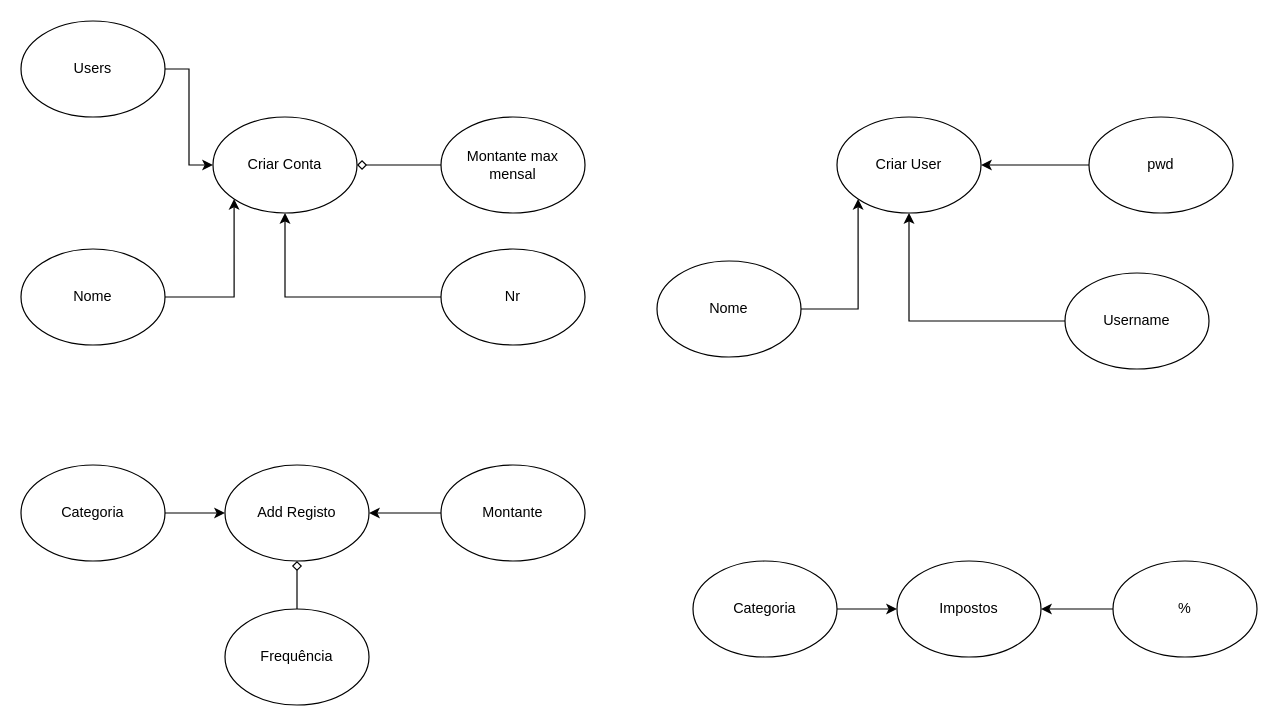
Earlier version of the draw.io diagram page "Diagrama de Casos de Uso" (2 of 2) of ESficha4-2025.drawio (SrKile/ESficha4-2025). Source tidied: cells renumbered, new cells numbered last; positions are measured from the earlier drawing's top-left corner, leaving out a move shared by most shapes. Both pictures are drawn from the tidied source at 120%, with x=0, y=0 at pixel (20, 20).
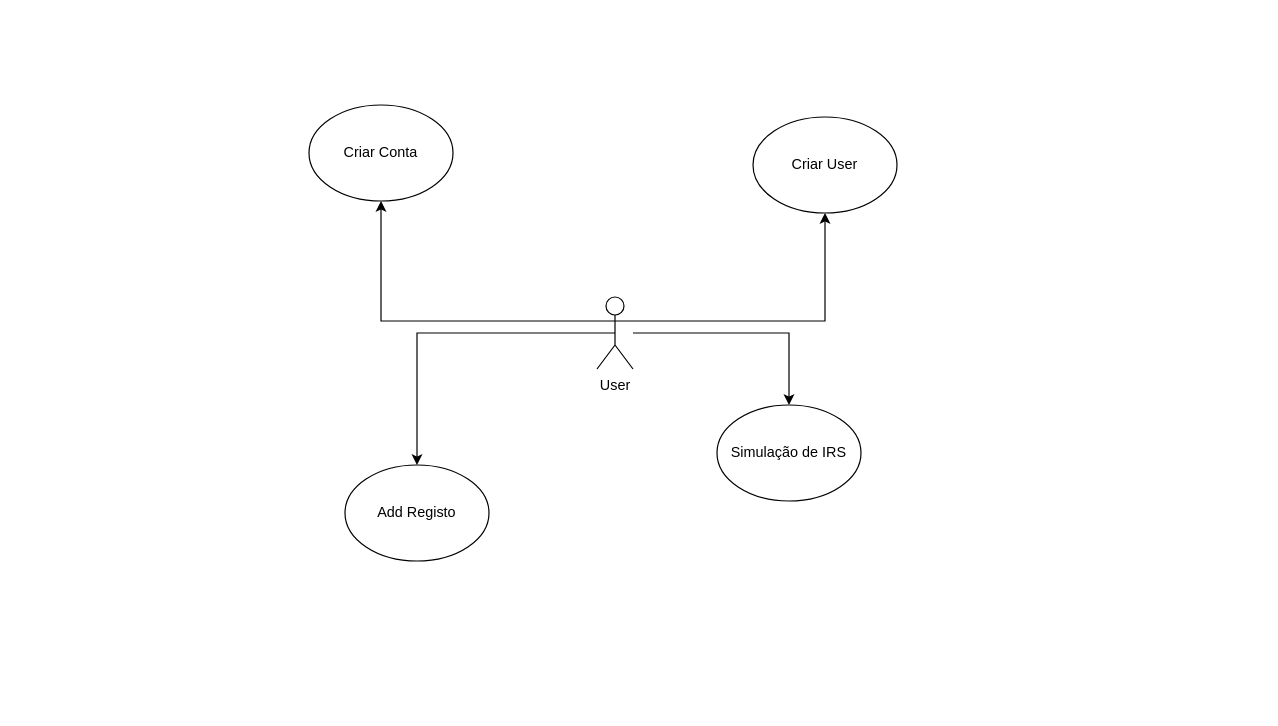
Above is the later version.

Diff of the diagram source:
```diff
@@
     <mxCell id="2" value="Criar Conta" style="ellipse;whiteSpace=wrap;html=1;" parent="1" vertex="1">
-      <mxGeometry x="160" y="80" width="120" height="80" as="geometry" />
+      <mxGeometry x="240" y="70" width="120" height="80" as="geometry" />
     </mxCell>
-    <mxCell id="3" style="edgeStyle=orthogonalEdgeStyle;rounded=0;jettySize=auto;html=1;entryX=0;entryY=1;entryDx=0;entryDy=0;" parent="1" edge="1" source="4" target="2">
-      <mxGeometry relative="1" as="geometry" />
-    </mxCell>
-    <mxCell id="4" value="Nome" style="ellipse;whiteSpace=wrap;html=1;" parent="1" vertex="1">
-      <mxGeometry y="190" width="120" height="80" as="geometry" />
-    </mxCell>
-    <mxCell id="5" style="edgeStyle=orthogonalEdgeStyle;rounded=0;jettySize=auto;html=1;" parent="1" edge="1" source="6" target="2">
-      <mxGeometry relative="1" as="geometry" />
-    </mxCell>
-    <mxCell id="6" value="Nr" style="ellipse;whiteSpace=wrap;html=1;" parent="1" vertex="1">
-      <mxGeometry x="350" y="190" width="120" height="80" as="geometry" />
-    </mxCell>
-    <mxCell id="7" style="edgeStyle=orthogonalEdgeStyle;rounded=0;jettySize=auto;html=1;endArrow=diamond;endFill=0;" parent="1" edge="1" source="8" target="2">
-      <mxGeometry relative="1" as="geometry" />
-    </mxCell>
-    <mxCell id="8" value="Montante max mensal" style="ellipse;whiteSpace=wrap;html=1;" parent="1" vertex="1">
-      <mxGeometry x="350" y="80" width="120" height="80" as="geometry" />
-    </mxCell>
     <mxCell id="9" value="Add Registo" style="ellipse;whiteSpace=wrap;html=1;" parent="1" vertex="1">
-      <mxGeometry x="170" y="370" width="120" height="80" as="geometry" />
+      <mxGeometry x="270" y="370" width="120" height="80" as="geometry" />
     </mxCell>
-    <mxCell id="10" style="edgeStyle=orthogonalEdgeStyle;rounded=0;jettySize=auto;html=1;" parent="1" edge="1" source="11" target="9">
-      <mxGeometry relative="1" as="geometry" />
-    </mxCell>
-    <mxCell id="11" value="Montante" style="ellipse;whiteSpace=wrap;html=1;" parent="1" vertex="1">
-      <mxGeometry x="350" y="370" width="120" height="80" as="geometry" />
-    </mxCell>
-    <mxCell id="12" style="edgeStyle=orthogonalEdgeStyle;rounded=0;jettySize=auto;html=1;" parent="1" edge="1" source="13" target="9">
-      <mxGeometry relative="1" as="geometry" />
-    </mxCell>
-    <mxCell id="13" value="Categoria" style="ellipse;whiteSpace=wrap;html=1;" parent="1" vertex="1">
-      <mxGeometry y="370" width="120" height="80" as="geometry" />
-    </mxCell>
-    <mxCell id="14" style="edgeStyle=orthogonalEdgeStyle;rounded=0;jettySize=auto;html=1;entryX=0.5;entryY=1;entryDx=0;entryDy=0;endArrow=diamond;endFill=0;" parent="1" edge="1" source="15" target="9">
-      <mxGeometry relative="1" as="geometry" />
-    </mxCell>
-    <mxCell id="15" value="Frequência" style="ellipse;whiteSpace=wrap;html=1;" parent="1" vertex="1">
-      <mxGeometry x="170" y="490" width="120" height="80" as="geometry" />
-    </mxCell>
     <mxCell id="16" value="Criar User" style="ellipse;whiteSpace=wrap;html=1;" parent="1" vertex="1">
-      <mxGeometry x="680" y="80" width="120" height="80" as="geometry" />
+      <mxGeometry x="610" y="80" width="120" height="80" as="geometry" />
     </mxCell>
-    <mxCell id="17" style="edgeStyle=orthogonalEdgeStyle;rounded=0;jettySize=auto;html=1;entryX=0;entryY=1;entryDx=0;entryDy=0;" parent="1" edge="1" source="18" target="16">
-      <mxGeometry relative="1" as="geometry" />
-    </mxCell>
-    <mxCell id="18" value="Nome" style="ellipse;whiteSpace=wrap;html=1;" parent="1" vertex="1">
-      <mxGeometry x="530" y="200" width="120" height="80" as="geometry" />
-    </mxCell>
-    <mxCell id="19" style="edgeStyle=orthogonalEdgeStyle;rounded=0;jettySize=auto;html=1;" parent="1" edge="1" source="20" target="16">
-      <mxGeometry relative="1" as="geometry" />
-    </mxCell>
-    <mxCell id="20" value="Username" style="ellipse;whiteSpace=wrap;html=1;" parent="1" vertex="1">
-      <mxGeometry x="870" y="210" width="120" height="80" as="geometry" />
-    </mxCell>
-    <mxCell id="21" style="edgeStyle=orthogonalEdgeStyle;rounded=0;jettySize=auto;html=1;" parent="1" edge="1" source="22" target="16">
-      <mxGeometry relative="1" as="geometry" />
-    </mxCell>
-    <mxCell id="22" value="pwd" style="ellipse;whiteSpace=wrap;html=1;" parent="1" vertex="1">
-      <mxGeometry x="890" y="80" width="120" height="80" as="geometry" />
-    </mxCell>
-    <mxCell id="23" style="edgeStyle=orthogonalEdgeStyle;rounded=0;jettySize=auto;html=1;" parent="1" edge="1" source="24" target="2">
-      <mxGeometry relative="1" as="geometry" />
-    </mxCell>
-    <mxCell id="24" value="Users" style="ellipse;whiteSpace=wrap;html=1;" parent="1" vertex="1">
-      <mxGeometry width="120" height="80" as="geometry" />
-    </mxCell>
-    <mxCell id="25" value="Impostos" style="ellipse;whiteSpace=wrap;html=1;" parent="1" vertex="1">
-      <mxGeometry x="730" y="450" width="120" height="80" as="geometry" />
+    <mxCell id="25" value="Simulação de IRS" style="ellipse;whiteSpace=wrap;html=1;" parent="1" vertex="1">
+      <mxGeometry x="580" y="320" width="120" height="80" as="geometry" />
     </mxCell>
-    <mxCell id="26" style="edgeStyle=orthogonalEdgeStyle;rounded=0;jettySize=auto;html=1;" parent="1" edge="1" source="27" target="25">
-      <mxGeometry relative="1" as="geometry" />
-    </mxCell>
-    <mxCell id="27" value="%" style="ellipse;whiteSpace=wrap;html=1;" parent="1" vertex="1">
-      <mxGeometry x="910" y="450" width="120" height="80" as="geometry" />
-    </mxCell>
-    <mxCell id="28" style="edgeStyle=orthogonalEdgeStyle;rounded=0;jettySize=auto;html=1;" parent="1" edge="1" source="29" target="25">
-      <mxGeometry relative="1" as="geometry" />
-    </mxCell>
-    <mxCell id="29" value="Categoria" style="ellipse;whiteSpace=wrap;html=1;" parent="1" vertex="1">
-      <mxGeometry x="560" y="450" width="120" height="80" as="geometry" />
-    </mxCell>
+    <mxCell id="30" style="edgeStyle=orthogonalEdgeStyle;rounded=0;jettySize=auto;html=1;exitX=0.5;exitY=0.5;exitDx=0;exitDy=0;exitPerimeter=0;" parent="1" edge="1" source="34" target="9">
+      <mxGeometry relative="1" as="geometry" />
+    </mxCell>
+    <mxCell id="31" style="edgeStyle=orthogonalEdgeStyle;rounded=0;jettySize=auto;html=1;exitX=0;exitY=0.3333333333333333;exitDx=0;exitDy=0;exitPerimeter=0;" parent="1" edge="1" source="34" target="2">
+      <mxGeometry relative="1" as="geometry" />
+    </mxCell>
+    <mxCell id="32" style="edgeStyle=orthogonalEdgeStyle;rounded=0;jettySize=auto;html=1;exitX=1;exitY=0.3333333333333333;exitDx=0;exitDy=0;exitPerimeter=0;" parent="1" edge="1" source="34" target="16">
+      <mxGeometry relative="1" as="geometry" />
+    </mxCell>
+    <mxCell id="33" style="edgeStyle=orthogonalEdgeStyle;rounded=0;jettySize=auto;html=1;" parent="1" edge="1" source="34" target="25">
+      <mxGeometry relative="1" as="geometry" />
+    </mxCell>
+    <mxCell id="34" value="User" style="shape=umlActor;verticalLabelPosition=bottom;verticalAlign=top;html=1;outlineConnect=0;" parent="1" vertex="1">
+      <mxGeometry x="480" y="230" width="30" height="60" as="geometry" />
+    </mxCell>
```
